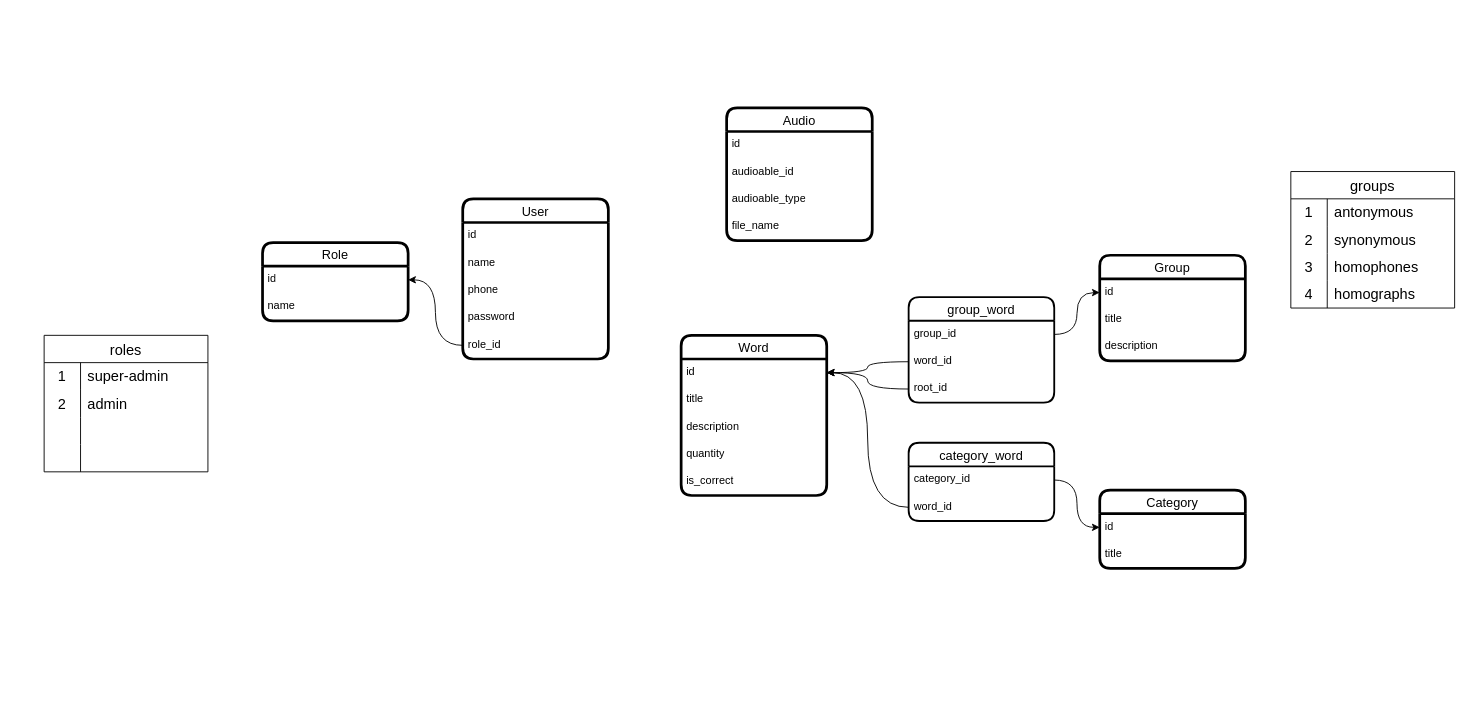
The draw.io diagram ts-backend.drawio in iztileuoff/databases, before the edit. Source tidied: cells renumbered, new cells numbered last; positions are measured from the earlier drawing's top-left corner, leaving out a move shared by most shapes. Both pictures are drawn from the tidied source at 91%, with x=0, y=0 at pixel (44, 107).
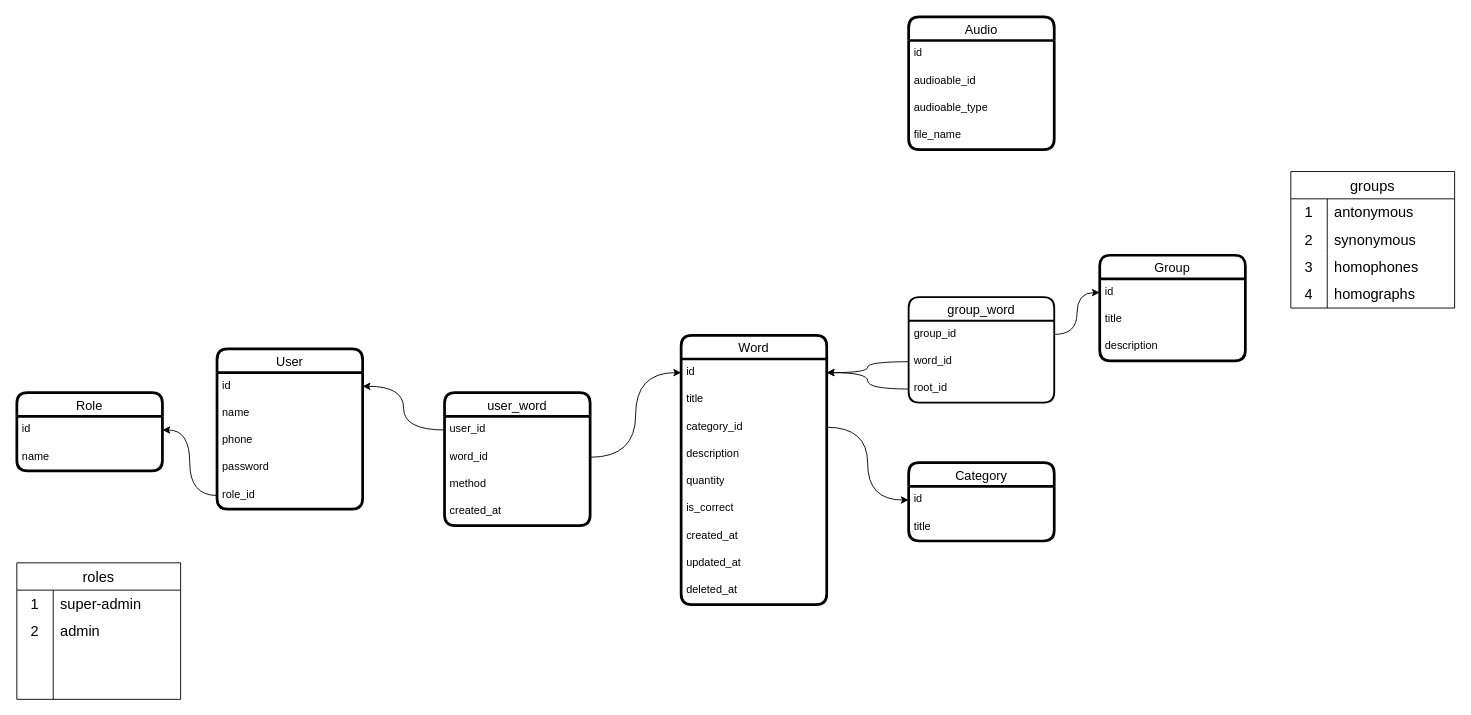
After the change.

Unchanged cells that the change refers to:
```xml
<mxCell id="3" value="id" style="text;strokeColor=none;fillColor=none;spacingLeft=4;spacingRight=4;overflow=hidden;points=[[0,0.5],[1,0.5]];portConstraint=eastwest;fontSize=12;whiteSpace=wrap;html=1;" parent="2" vertex="1">
  <mxGeometry y="26" width="160" height="30" as="geometry" />
</mxCell>
<mxCell id="12" value="id" style="text;strokeColor=none;fillColor=none;spacingLeft=4;spacingRight=4;overflow=hidden;points=[[0,0.5],[1,0.5]];portConstraint=eastwest;fontSize=12;whiteSpace=wrap;html=1;" parent="11" vertex="1">
  <mxGeometry y="26" width="160" height="30" as="geometry" />
</mxCell>
<mxCell id="18" value="id" style="text;strokeColor=none;fillColor=none;spacingLeft=4;spacingRight=4;overflow=hidden;points=[[0,0.5],[1,0.5]];portConstraint=eastwest;fontSize=12;whiteSpace=wrap;html=1;" parent="17" vertex="1">
  <mxGeometry y="26" width="160" height="30" as="geometry" />
</mxCell>
```

Change to the diagram source:
```diff
@@
     <mxCell id="2" value="User" style="swimlane;fontStyle=0;horizontal=1;startSize=26;align=center;fontSize=14;rounded=1;strokeWidth=3;" parent="1" vertex="1">
-      <mxGeometry x="460" y="100" width="160" height="176" as="geometry" />
+      <mxGeometry x="190" y="265" width="160" height="176" as="geometry" />
     </mxCell>
@@
     <mxCell id="8" value="Role" style="swimlane;fontStyle=0;horizontal=1;startSize=26;align=center;fontSize=14;rounded=1;strokeWidth=3;" parent="1" vertex="1">
-      <mxGeometry x="240" y="148" width="160" height="86" as="geometry" />
+      <mxGeometry x="-30" y="313" width="160" height="86" as="geometry" />
     </mxCell>
@@
     <mxCell id="11" value="Word" style="swimlane;fontStyle=0;horizontal=1;startSize=26;align=center;fontSize=14;rounded=1;strokeWidth=3;" parent="1" vertex="1">
-      <mxGeometry x="700" y="250" width="160" height="176" as="geometry" />
+      <mxGeometry x="700" y="250" width="160" height="296" as="geometry" />
     </mxCell>
@@
+    <mxCell id="21" value="category_id" style="text;strokeColor=none;fillColor=none;spacingLeft=4;spacingRight=4;overflow=hidden;points=[[0,0.5],[1,0.5]];portConstraint=eastwest;fontSize=12;whiteSpace=wrap;html=1;" parent="11" vertex="1">
+      <mxGeometry y="86" width="160" height="30" as="geometry" />
+    </mxCell>
     <mxCell id="14" value="description" style="text;strokeColor=none;fillColor=none;spacingLeft=4;spacingRight=4;overflow=hidden;fontSize=12;whiteSpace=wrap;html=1;" parent="11" vertex="1">
-      <mxGeometry y="86" width="160" height="30" as="geometry" />
+      <mxGeometry y="116" width="160" height="30" as="geometry" />
     </mxCell>
     <mxCell id="15" value="quantity" style="text;strokeColor=none;fillColor=none;spacingLeft=4;spacingRight=4;overflow=hidden;fontSize=12;whiteSpace=wrap;html=1;" parent="11" vertex="1">
-      <mxGeometry y="116" width="160" height="30" as="geometry" />
+      <mxGeometry y="146" width="160" height="30" as="geometry" />
     </mxCell>
     <mxCell id="16" value="is_correct" style="text;strokeColor=none;fillColor=none;spacingLeft=4;spacingRight=4;overflow=hidden;fontSize=12;whiteSpace=wrap;html=1;" parent="11" vertex="1">
-      <mxGeometry y="146" width="160" height="30" as="geometry" />
+      <mxGeometry y="176" width="160" height="30" as="geometry" />
     </mxCell>
+    <mxCell id="68" value="created_at" style="text;strokeColor=none;fillColor=none;spacingLeft=4;spacingRight=4;overflow=hidden;fontSize=12;whiteSpace=wrap;html=1;" parent="11" vertex="1">
+      <mxGeometry y="206" width="160" height="30" as="geometry" />
+    </mxCell>
+    <mxCell id="69" value="updated_at" style="text;strokeColor=none;fillColor=none;spacingLeft=4;spacingRight=4;overflow=hidden;fontSize=12;whiteSpace=wrap;html=1;" parent="11" vertex="1">
+      <mxGeometry y="236" width="160" height="30" as="geometry" />
+    </mxCell>
+    <mxCell id="70" value="deleted_at" style="text;strokeColor=none;fillColor=none;spacingLeft=4;spacingRight=4;overflow=hidden;fontSize=12;whiteSpace=wrap;html=1;" parent="11" vertex="1">
+      <mxGeometry y="266" width="160" height="30" as="geometry" />
+    </mxCell>
     <mxCell id="17" value="Category" style="swimlane;fontStyle=0;horizontal=1;startSize=26;align=center;fontSize=14;rounded=1;strokeWidth=3;" parent="1" vertex="1">
-      <mxGeometry x="1160" y="420" width="160" height="86" as="geometry" />
+      <mxGeometry x="950" y="390" width="160" height="86" as="geometry" />
     </mxCell>
@@
-    <mxCell id="20" value="category_word" style="swimlane;fontStyle=0;horizontal=1;startSize=26;align=center;fontSize=14;rounded=1;strokeWidth=2;" parent="1" vertex="1">
-      <mxGeometry x="950" y="368" width="160" height="86" as="geometry" />
-    </mxCell>
-    <mxCell id="21" value="category_id" style="text;strokeColor=none;fillColor=none;spacingLeft=4;spacingRight=4;overflow=hidden;points=[[0,0.5],[1,0.5]];portConstraint=eastwest;fontSize=12;whiteSpace=wrap;html=1;" parent="20" vertex="1">
-      <mxGeometry y="26" width="160" height="30" as="geometry" />
-    </mxCell>
-    <mxCell id="22" value="word_id" style="text;strokeColor=none;fillColor=none;spacingLeft=4;spacingRight=4;overflow=hidden;points=[[0,0.5],[1,0.5]];portConstraint=eastwest;fontSize=12;whiteSpace=wrap;html=1;" parent="20" vertex="1">
-      <mxGeometry y="56" width="160" height="30" as="geometry" />
-    </mxCell>
-    <mxCell id="23" style="edgeStyle=orthogonalEdgeStyle;rounded=0;jettySize=auto;html=1;curved=1;" parent="1" edge="1" source="22" target="12">
-      <mxGeometry relative="1" as="geometry" />
-    </mxCell>
-    <mxCell id="24" style="edgeStyle=orthogonalEdgeStyle;rounded=0;jettySize=auto;html=1;entryX=0;entryY=0.5;entryDx=0;entryDy=0;curved=1;" parent="1" edge="1" source="21" target="18">
-      <mxGeometry relative="1" as="geometry" />
-    </mxCell>
     <mxCell id="25" value="Audio" style="swimlane;fontStyle=0;horizontal=1;startSize=26;align=center;fontSize=14;rounded=1;strokeWidth=3;" parent="1" vertex="1">
-      <mxGeometry x="750" width="160" height="146" as="geometry" />
+      <mxGeometry x="950" y="-100" width="160" height="146" as="geometry" />
     </mxCell>
@@
     <mxCell id="30" value="roles" style="shape=table;startSize=30;childLayout=tableLayout;rowLines=0;fontStyle=0;strokeColor=default;fontSize=16;" parent="1" vertex="1">
-      <mxGeometry y="250" width="180" height="150" as="geometry" />
+      <mxGeometry x="-30" y="500" width="180" height="150" as="geometry" />
     </mxCell>
@@
+    <mxCell id="24" style="edgeStyle=orthogonalEdgeStyle;rounded=0;jettySize=auto;html=1;entryX=0;entryY=0.5;entryDx=0;entryDy=0;curved=1;" parent="1" edge="1" source="21" target="18">
+      <mxGeometry relative="1" as="geometry" />
+    </mxCell>
+    <mxCell id="71" value="user_word" style="swimlane;fontStyle=0;horizontal=1;startSize=26;align=center;fontSize=14;rounded=1;strokeWidth=3;" parent="1" vertex="1">
+      <mxGeometry x="440" y="313" width="160" height="146" as="geometry" />
+    </mxCell>
+    <mxCell id="72" value="user_id" style="text;strokeColor=none;fillColor=none;spacingLeft=4;spacingRight=4;overflow=hidden;points=[[0,0.5],[1,0.5]];portConstraint=eastwest;fontSize=12;whiteSpace=wrap;html=1;" parent="71" vertex="1">
+      <mxGeometry y="26" width="160" height="30" as="geometry" />
+    </mxCell>
+    <mxCell id="22" value="word_id" style="text;strokeColor=none;fillColor=none;spacingLeft=4;spacingRight=4;overflow=hidden;points=[[0,0.5],[1,0.5]];portConstraint=eastwest;fontSize=12;whiteSpace=wrap;html=1;" parent="71" vertex="1">
+      <mxGeometry y="56" width="160" height="30" as="geometry" />
+    </mxCell>
+    <mxCell id="73" value="method" style="text;strokeColor=none;fillColor=none;spacingLeft=4;spacingRight=4;overflow=hidden;fontSize=12;whiteSpace=wrap;html=1;" parent="71" vertex="1">
+      <mxGeometry y="86" width="160" height="30" as="geometry" />
+    </mxCell>
+    <mxCell id="74" value="created_at" style="text;strokeColor=none;fillColor=none;spacingLeft=4;spacingRight=4;overflow=hidden;fontSize=12;whiteSpace=wrap;html=1;" parent="71" vertex="1">
+      <mxGeometry y="116" width="160" height="30" as="geometry" />
+    </mxCell>
+    <mxCell id="75" style="edgeStyle=orthogonalEdgeStyle;rounded=0;jettySize=auto;html=1;entryX=1;entryY=0.5;entryDx=0;entryDy=0;curved=1;" parent="1" edge="1" source="72" target="3">
+      <mxGeometry relative="1" as="geometry" />
+    </mxCell>
+    <mxCell id="23" style="edgeStyle=orthogonalEdgeStyle;rounded=0;jettySize=auto;html=1;entryX=0;entryY=0.5;entryDx=0;entryDy=0;elbow=vertical;curved=1;" parent="1" edge="1" source="22" target="12">
+      <mxGeometry relative="1" as="geometry" />
+    </mxCell>
```
